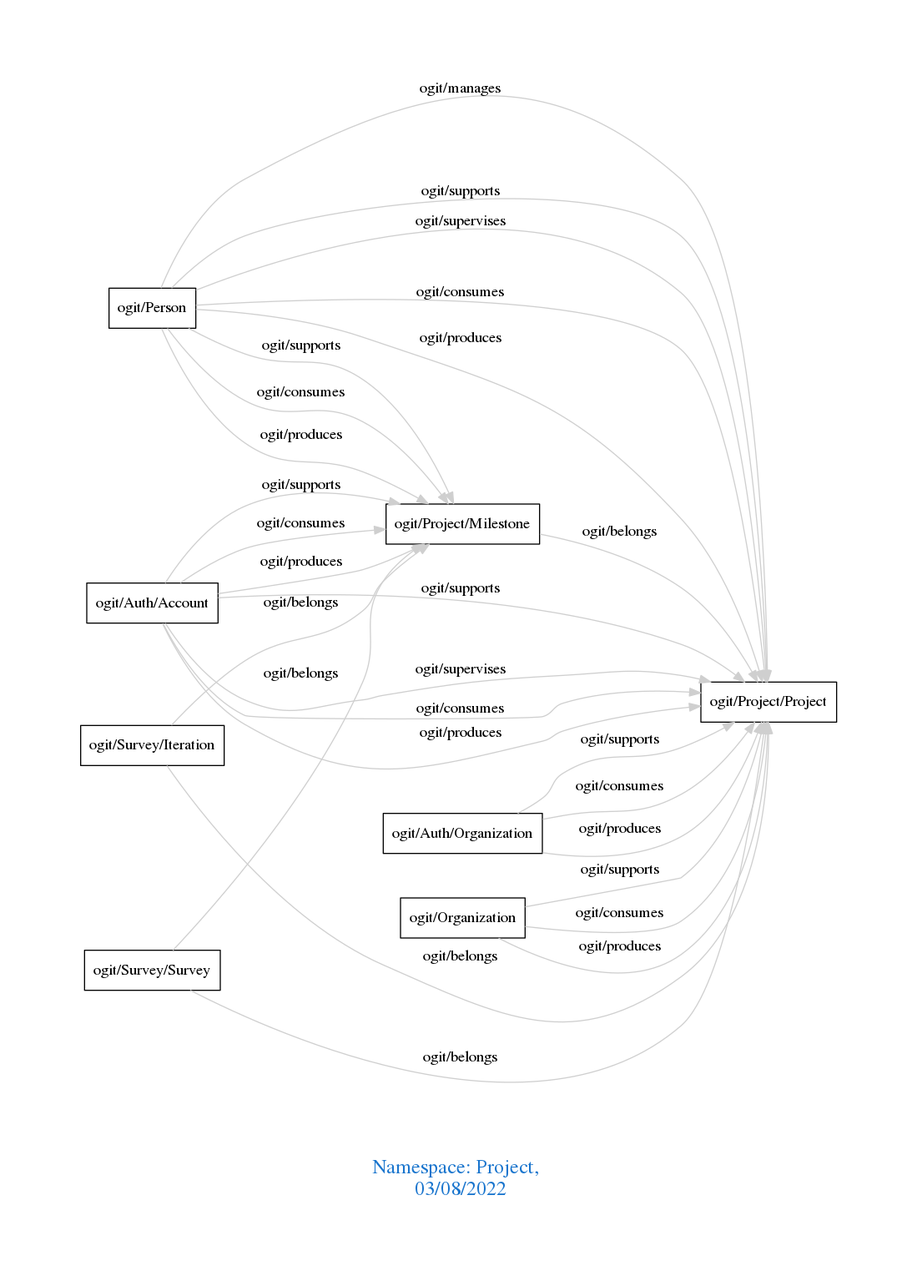
Above: downloads/Project.png in arago/OGIT (Graphviz), before the change. Its source is kept beside it as downloads/Project.dot.
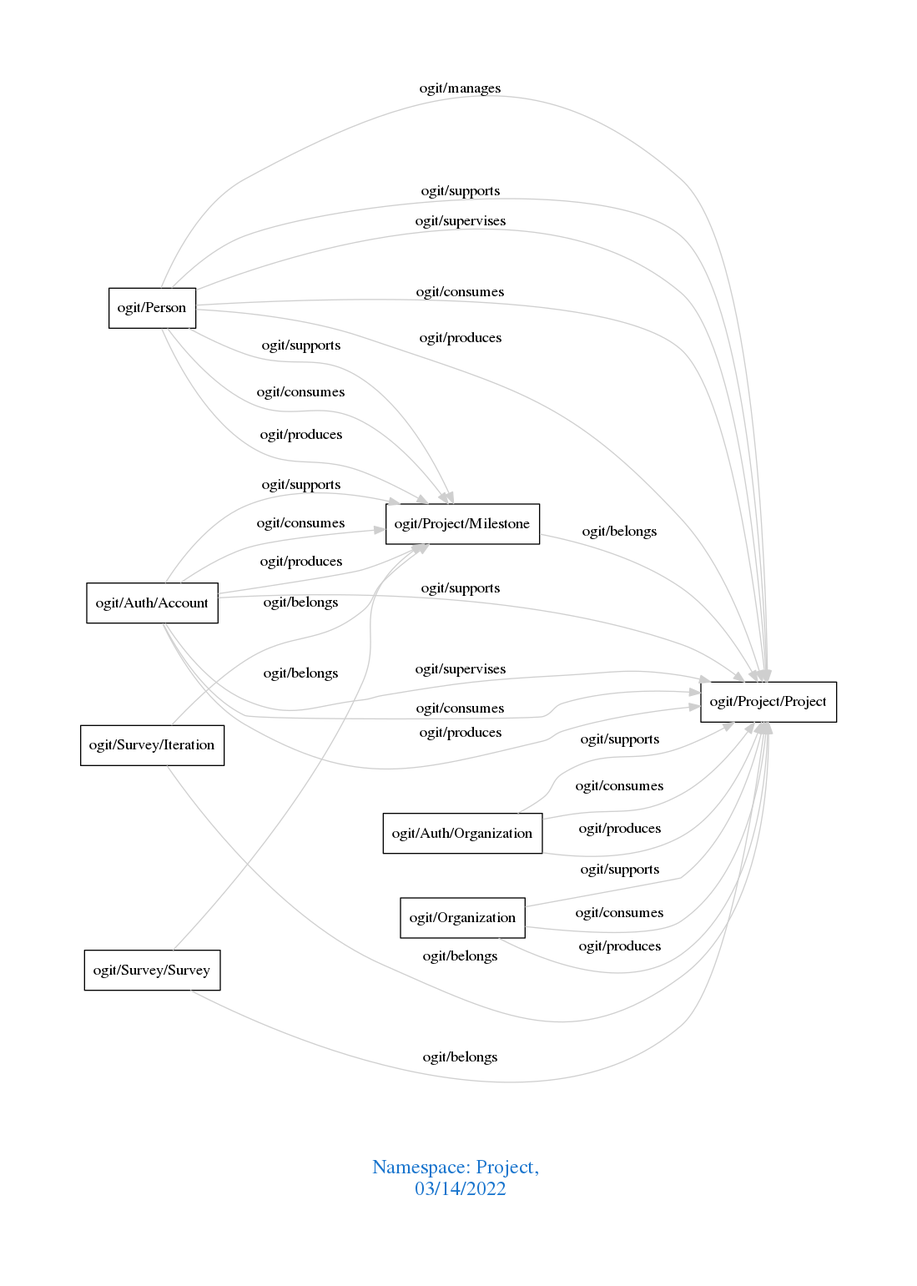
The same file after the commit.

What changed in the source:
```diff
@@ -1,7 +1,7 @@
 digraph OGIT_ontology {
  graph [ rankdir= LR,pad=1
 fontsize = 18,
-fontcolor= dodgerblue3,label = "\n\n\nNamespace: Project, \n 03/08/2022"];
+fontcolor= dodgerblue3,label = "\n\n\nNamespace: Project, \n 03/14/2022"];
 node[shape=polygon];
 edge [  color="gray81"];
 
```
